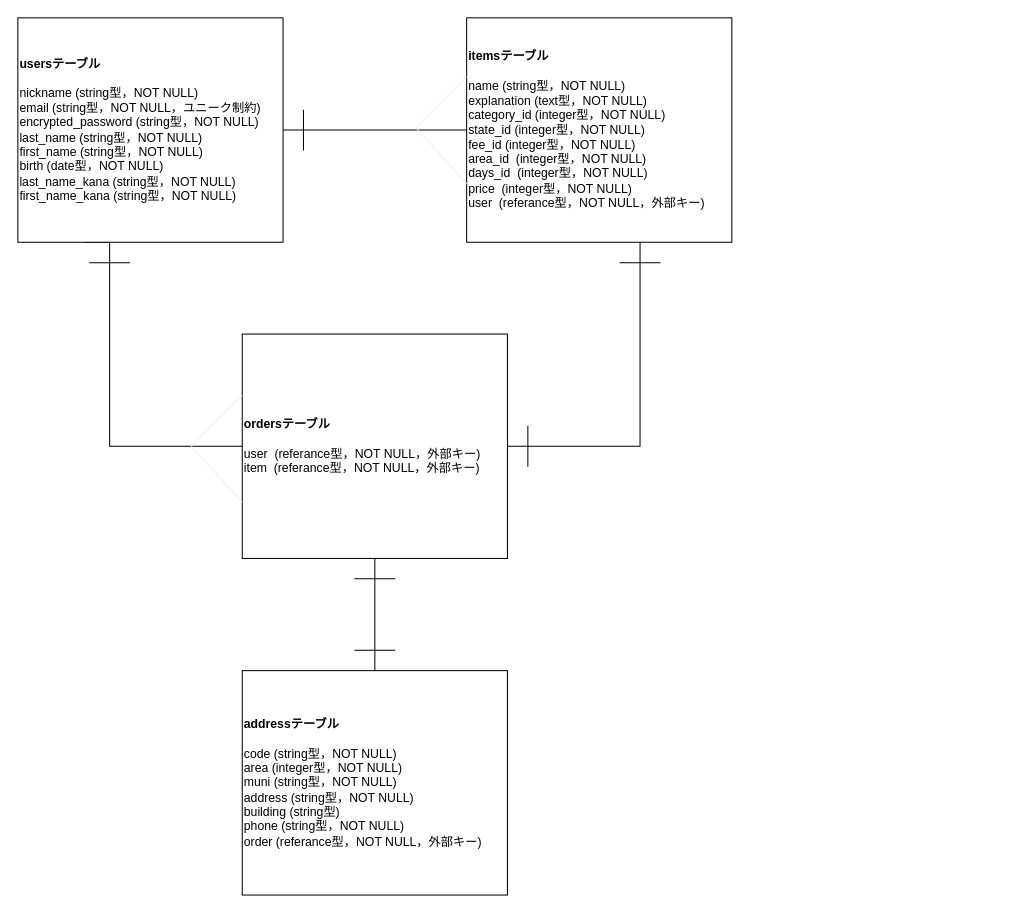
Earlier version of the draw.io diagram test.dio (okawa-u/furima-36766). Source tidied: cells renumbered, new cells numbered last; positions are measured from the earlier drawing's top-left corner, leaving out a move shared by most shapes. Both pictures are drawn from the tidied source at 102%, with x=0, y=0 at pixel (17, 17).
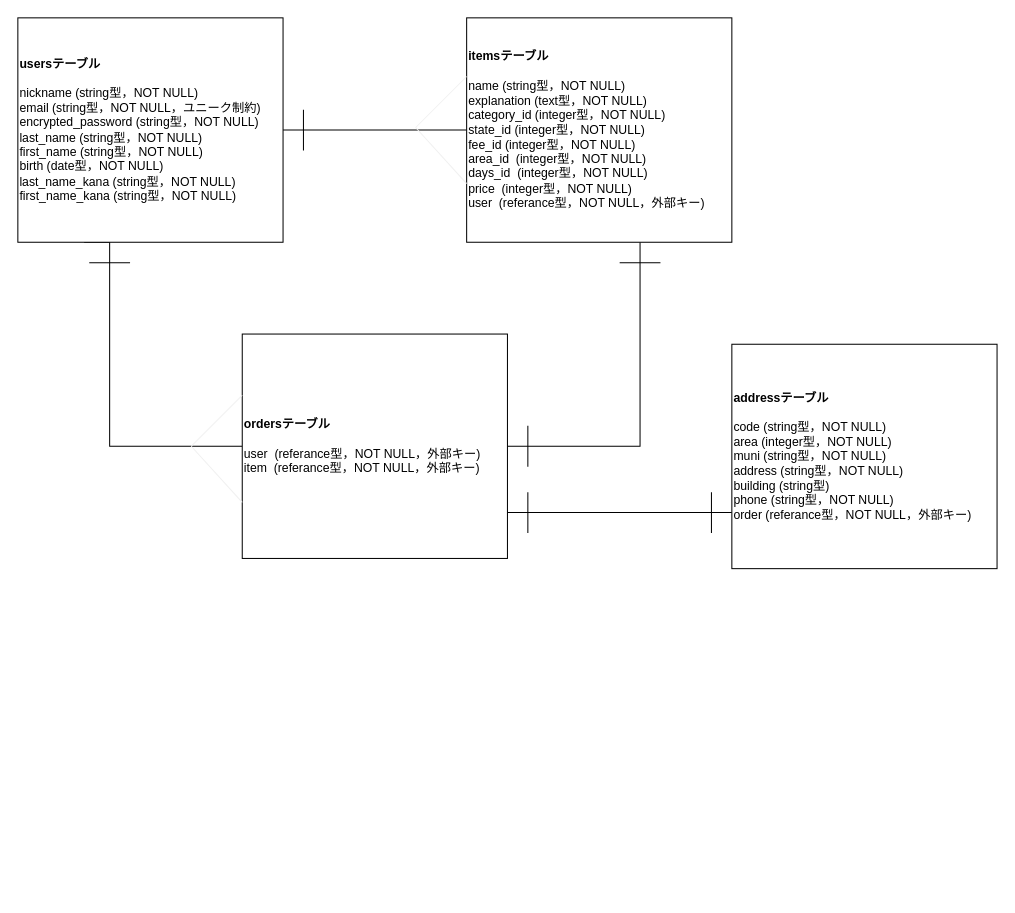
After the change.

Unchanged cells that the change refers to:
```xml
<mxCell id="8" value="&lt;b&gt;ordersテーブル&lt;br&gt;&lt;/b&gt;&lt;br&gt;user&amp;nbsp;&amp;nbsp;(referance型，NOT NULL，外部キー)&lt;br&gt;item&amp;nbsp; (referance型，NOT NULL，外部キー)" style="rounded=0;whiteSpace=wrap;html=1;strokeWidth=1;align=left;" parent="1" vertex="1">
  <mxGeometry x="220" y="310" width="260" height="220" as="geometry" />
</mxCell>
```

The edit, as a diff of the source:
```diff
@@
-    <mxCell id="7" style="edgeStyle=orthogonalEdgeStyle;rounded=0;jettySize=auto;html=1;exitX=0.5;exitY=1;exitDx=0;exitDy=0;entryX=0.5;entryY=0;entryDx=0;entryDy=0;endArrow=none;endFill=0;" parent="1" edge="1" source="8" target="9">
+    <mxCell id="7" style="edgeStyle=orthogonalEdgeStyle;rounded=0;jettySize=auto;html=1;exitX=1;exitY=0.795;exitDx=0;exitDy=0;entryX=0;entryY=0.75;entryDx=0;entryDy=0;endArrow=none;endFill=0;exitPerimeter=0;" parent="1" edge="1" source="8" target="9">
       <mxGeometry relative="1" as="geometry" />
     </mxCell>
@@
     <mxCell id="9" value="&lt;b&gt;addressテーブル&lt;br&gt;&lt;/b&gt;&lt;br&gt;code (string型，NOT NULL)&lt;br&gt;area (integer型，NOT NULL)&lt;br&gt;muni (string型，NOT NULL)&lt;br&gt;address (string型，NOT NULL)&lt;br&gt;building (string型)&lt;br&gt;phone (string型，NOT NULL)&lt;br&gt;order (referance型，NOT NULL，外部キー)" style="rounded=0;whiteSpace=wrap;html=1;strokeWidth=1;align=left;" parent="1" vertex="1">
-      <mxGeometry x="220" y="640" width="260" height="220" as="geometry" />
+      <mxGeometry x="700" y="320" width="260" height="220" as="geometry" />
     </mxCell>
@@
     <mxCell id="18" style="endArrow=none;html=1;" parent="1" edge="1">
       <mxGeometry relative="1" as="geometry">
-        <mxPoint x="330" y="550" as="sourcePoint" />
-        <mxPoint x="370" y="550" as="targetPoint" />
+        <mxPoint x="500" y="465" as="sourcePoint" />
+        <mxPoint x="500" y="505" as="targetPoint" />
       </mxGeometry>
     </mxCell>
     <mxCell id="19" style="endArrow=none;html=1;" parent="1" edge="1">
       <mxGeometry relative="1" as="geometry">
-        <mxPoint x="330" y="620" as="sourcePoint" />
-        <mxPoint x="370" y="620" as="targetPoint" />
+        <mxPoint x="680" y="505" as="sourcePoint" />
+        <mxPoint x="680" y="465" as="targetPoint" />
       </mxGeometry>
     </mxCell>
```
